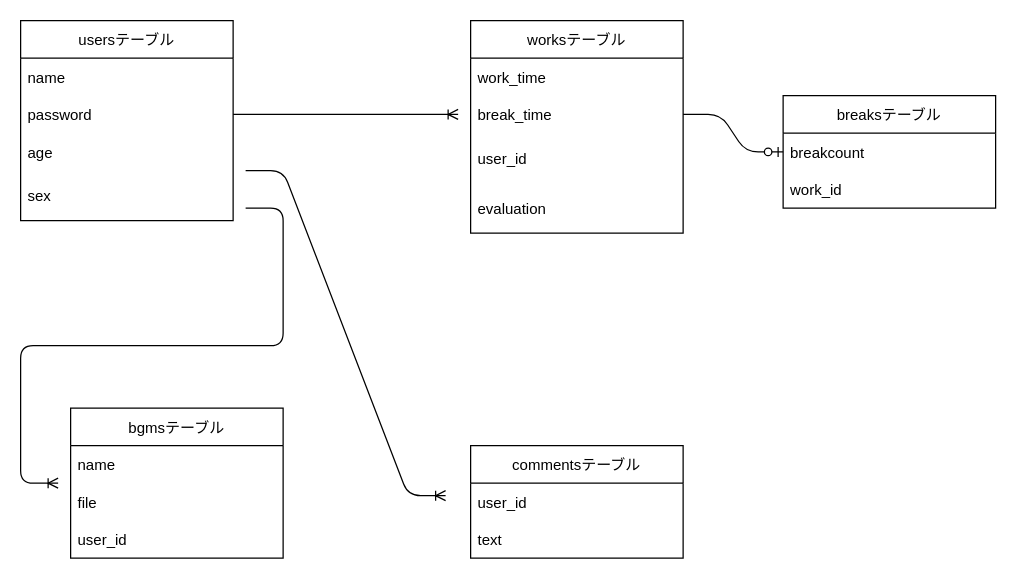
pamapama1/sakutomo keeps this draw.io diagram as ER.dio. Above is the earlier version. Source tidied: cells renumbered, new cells numbered last; positions are measured from the earlier drawing's top-left corner, leaving out a move shared by most shapes. Both pictures are drawn from the tidied source at 125%, with x=0, y=0 at pixel (20, 20).
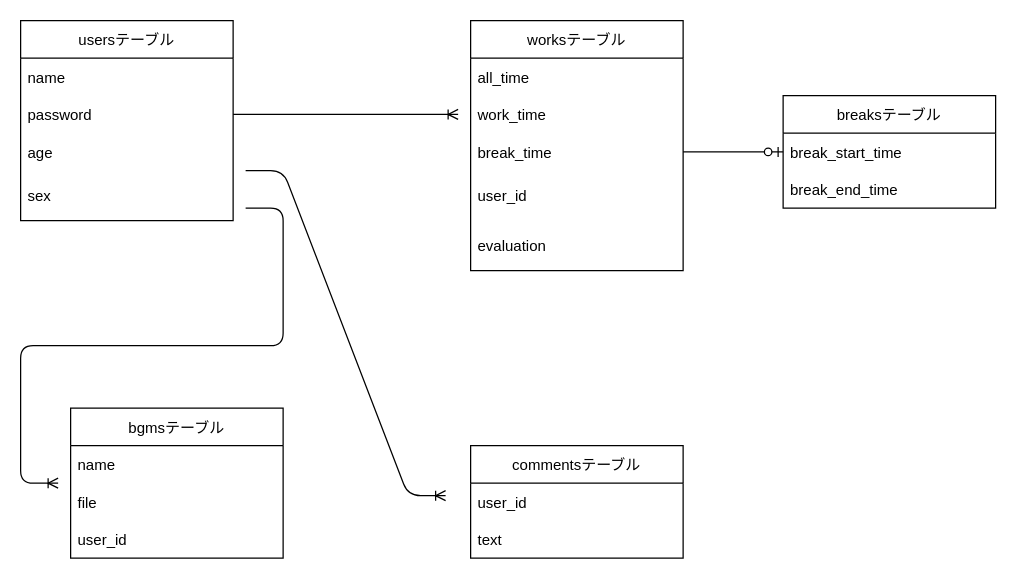
After the change.

Unchanged cells that the change refers to:
```xml
<mxCell id="22" value="breaksテーブル" style="swimlane;fontStyle=0;horizontal=1;startSize=30;" parent="1" vertex="1">
  <mxGeometry x="610" y="60" width="170" height="90" as="geometry" />
</mxCell>
```

Diff of the diagram source:
```diff
@@
     <mxCell id="7" value="worksテーブル" style="swimlane;fontStyle=0;horizontal=1;startSize=30;" parent="1" vertex="1">
-      <mxGeometry x="360" width="170" height="170" as="geometry" />
+      <mxGeometry x="360" width="170" height="200" as="geometry" />
     </mxCell>
+    <mxCell id="26" value="all_time" style="text;strokeColor=none;fillColor=none;align=left;verticalAlign=middle;spacingLeft=4;spacingRight=4;overflow=hidden;" parent="7" vertex="1">
+      <mxGeometry y="30" width="170" height="30" as="geometry" />
+    </mxCell>
     <mxCell id="8" value="work_time" style="text;strokeColor=none;fillColor=none;align=left;verticalAlign=middle;spacingLeft=4;spacingRight=4;overflow=hidden;" parent="7" vertex="1">
-      <mxGeometry y="30" width="170" height="30" as="geometry" />
+      <mxGeometry y="60" width="170" height="30" as="geometry" />
     </mxCell>
     <mxCell id="9" value="break_time" style="text;strokeColor=none;fillColor=none;align=left;verticalAlign=middle;spacingLeft=4;spacingRight=4;overflow=hidden;points=[[0,0.5],[1,0.5]];portConstraint=eastwest;" parent="7" vertex="1">
-      <mxGeometry y="60" width="170" height="30" as="geometry" />
+      <mxGeometry y="90" width="170" height="30" as="geometry" />
     </mxCell>
     <mxCell id="10" value="user_id" style="text;strokeColor=none;fillColor=none;align=left;verticalAlign=middle;spacingLeft=4;spacingRight=4;overflow=hidden;" parent="7" vertex="1">
-      <mxGeometry y="90" width="170" height="40" as="geometry" />
+      <mxGeometry y="120" width="170" height="40" as="geometry" />
     </mxCell>
     <mxCell id="11" value="evaluation" style="text;strokeColor=none;fillColor=none;align=left;verticalAlign=middle;spacingLeft=4;spacingRight=4;overflow=hidden;" parent="7" vertex="1">
-      <mxGeometry y="130" width="170" height="40" as="geometry" />
+      <mxGeometry y="160" width="170" height="40" as="geometry" />
     </mxCell>
@@
-    <mxCell id="23" value="breakcount" style="text;strokeColor=none;fillColor=none;align=left;verticalAlign=middle;spacingLeft=4;spacingRight=4;overflow=hidden;points=[[0,0.5],[1,0.5]];portConstraint=eastwest;" parent="22" vertex="1">
+    <mxCell id="23" value="break_start_time" style="text;strokeColor=none;fillColor=none;align=left;verticalAlign=middle;spacingLeft=4;spacingRight=4;overflow=hidden;points=[[0,0.5],[1,0.5]];portConstraint=eastwest;" parent="22" vertex="1">
       <mxGeometry y="30" width="170" height="30" as="geometry" />
     </mxCell>
-    <mxCell id="24" value="work_id" style="text;strokeColor=none;fillColor=none;align=left;verticalAlign=middle;spacingLeft=4;spacingRight=4;overflow=hidden;" parent="22" vertex="1">
+    <mxCell id="24" value="break_end_time" style="text;strokeColor=none;fillColor=none;align=left;verticalAlign=middle;spacingLeft=4;spacingRight=4;overflow=hidden;" parent="22" vertex="1">
       <mxGeometry y="60" width="170" height="30" as="geometry" />
     </mxCell>
```
